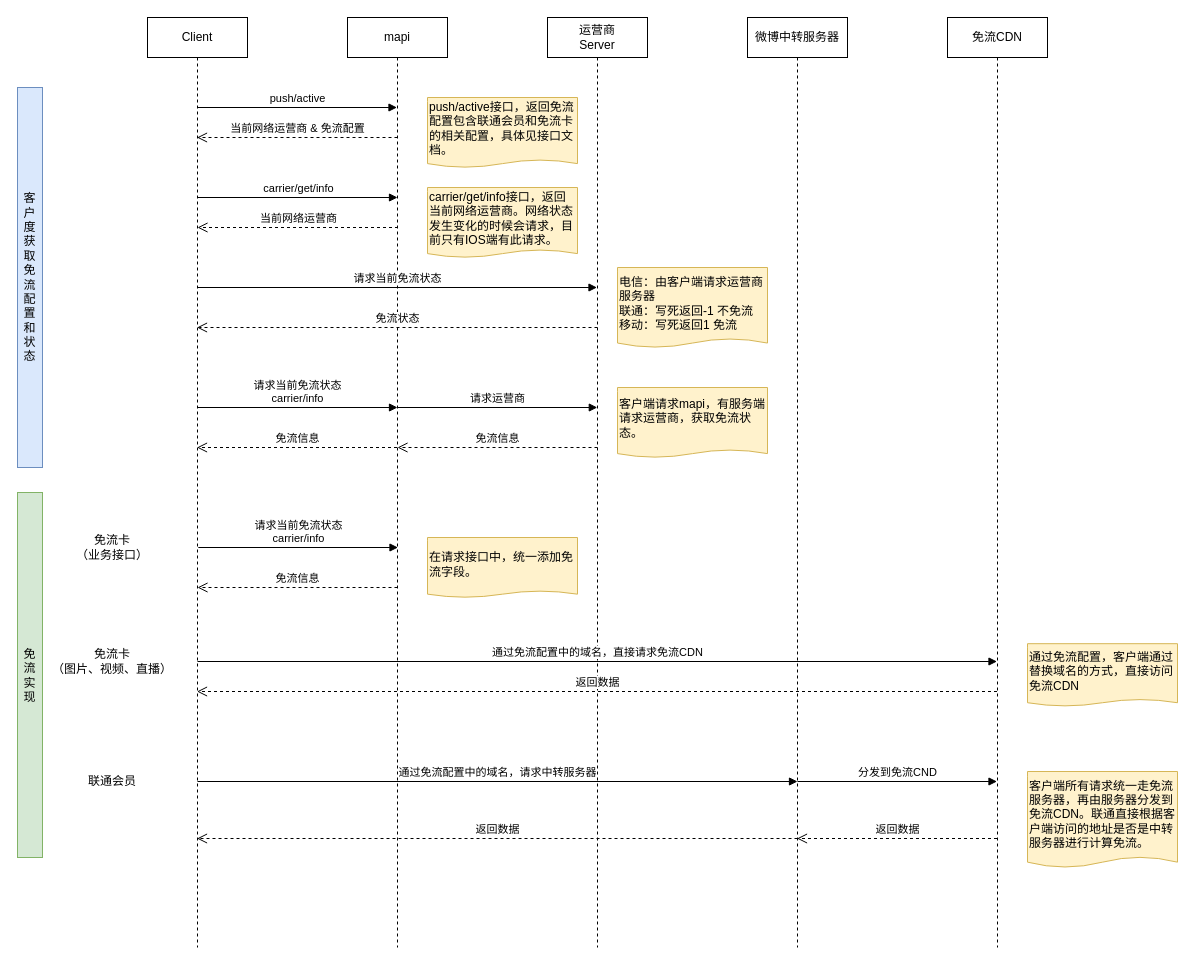
The draw.io diagram page "时序图" (2 of 3) of weibo/微博免流.drawio in huabeiyipilang/disk, before the edit. Source tidied: cells renumbered, new cells numbered last; positions are measured from the earlier drawing's top-left corner, leaving out a move shared by most shapes. Both pictures are drawn from the tidied source at 100%, with x=0, y=0 at pixel (17, 17).
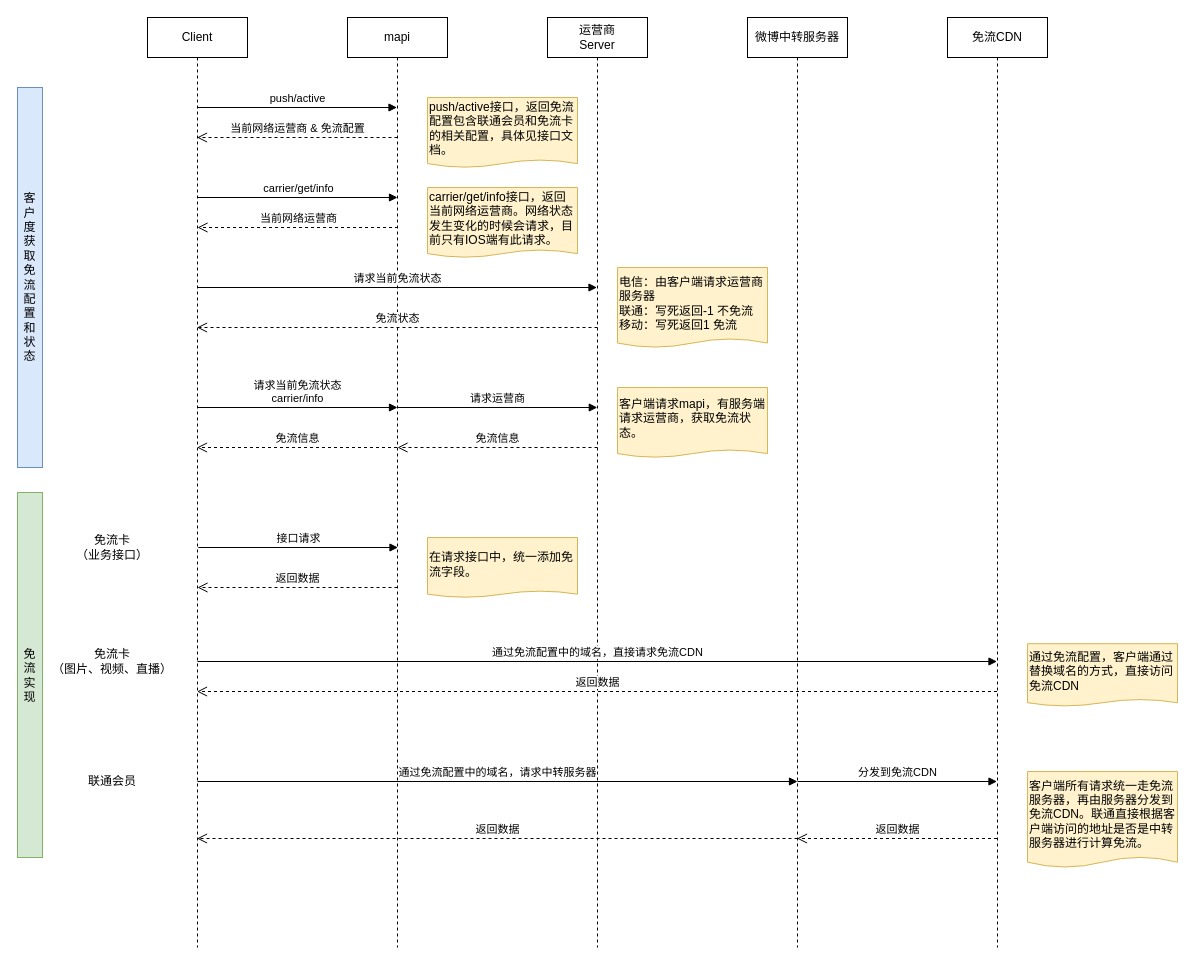
The same diagram, later.

Unchanged cells that the change refers to:
```xml
<mxCell id="7" value="免流CDN" style="shape=umlLifeline;perimeter=lifelinePerimeter;whiteSpace=wrap;html=1;outlineConnect=0;" parent="1" vertex="1">
  <mxGeometry x="930" width="100" height="930" as="geometry" />
</mxCell>
```

Diff of the diagram source:
```diff
@@
-    <mxCell id="19" value="分发到免流CND" style="html=1;verticalAlign=bottom;endArrow=block;" parent="1" edge="1" target="7">
+    <mxCell id="19" value="分发到免流CDN" style="html=1;verticalAlign=bottom;endArrow=block;" parent="1" edge="1" target="7">
       <mxGeometry relative="1" as="geometry">
         <mxPoint x="780" y="764" as="sourcePoint" />
       </mxGeometry>
     </mxCell>
@@
-    <mxCell id="30" value="请求当前免流状态&lt;br&gt;carrier/info" style="html=1;verticalAlign=bottom;endArrow=block;" parent="1" edge="1">
+    <mxCell id="30" value="接口请求" style="html=1;verticalAlign=bottom;endArrow=block;" parent="1" edge="1">
       <mxGeometry relative="1" as="geometry">
         <mxPoint x="180.8" y="530" as="sourcePoint" />
         <mxPoint x="380.5" y="530" as="targetPoint" />
       </mxGeometry>
     </mxCell>
-    <mxCell id="31" value="免流信息" style="html=1;verticalAlign=bottom;endArrow=open;dashed=1;endSize=8;" parent="1" edge="1">
+    <mxCell id="31" value="返回数据" style="html=1;verticalAlign=bottom;endArrow=open;dashed=1;endSize=8;" parent="1" edge="1">
       <mxGeometry relative="1" as="geometry">
         <mxPoint x="380" y="570" as="sourcePoint" />
         <mxPoint x="180" y="570" as="targetPoint" />
         <Array as="points">
           <mxPoint x="270.5" y="570" />
         </Array>
       </mxGeometry>
     </mxCell>
```
